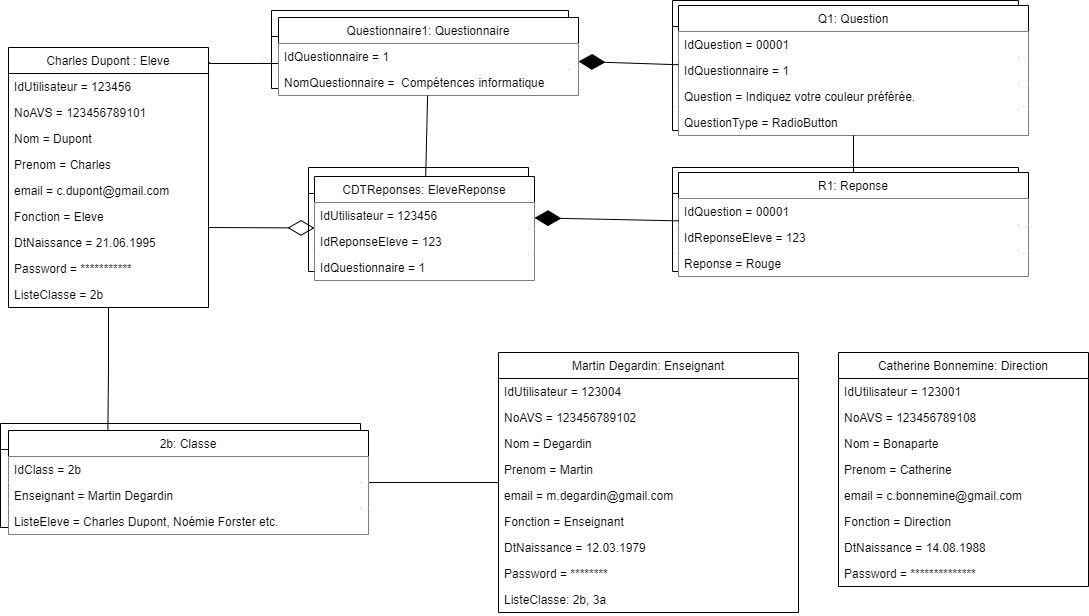
Earlier version of the draw.io export Diagrammes/ObjectDiagramEleve.drawio.png (Devetik/Diagrammes). Source tidied: cells renumbered, new cells last; positions are measured from the earlier drawing's top-left corner, leaving out a move shared by most shapes.
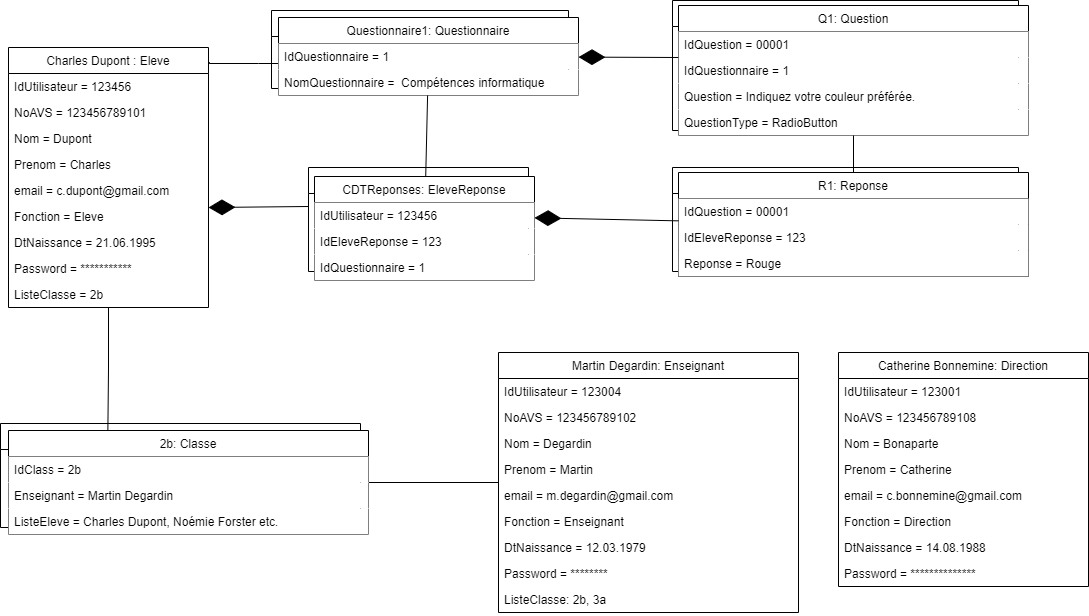
Above is the later version.

The edit, as a diff of the source:
```diff
@@ -196,18 +196,17 @@
     <mxCell id="64" value="IdUtilisateur = 123456" style="text;strokeColor=none;fillColor=default;align=left;verticalAlign=top;spacingLeft=4;spacingRight=4;overflow=hidden;" parent="63" vertex="1">
       <mxGeometry y="26" width="220" height="26" as="geometry" />
     </mxCell>
-    <mxCell id="65" value="IdReponseEleve = 123" style="text;strokeColor=none;fillColor=default;align=left;verticalAlign=top;spacingLeft=4;spacingRight=4;overflow=hidden;" parent="63" vertex="1">
+    <mxCell id="65" value="IdEleveReponse = 123" style="text;strokeColor=none;fillColor=default;align=left;verticalAlign=top;spacingLeft=4;spacingRight=4;overflow=hidden;" parent="63" vertex="1">
       <mxGeometry y="52" width="220" height="26" as="geometry" />
     </mxCell>
     <mxCell id="66" value="IdQuestionnaire = 1" style="text;strokeColor=none;fillColor=default;align=left;verticalAlign=top;spacingLeft=4;spacingRight=4;overflow=hidden;" parent="63" vertex="1">
       <mxGeometry y="78" width="220" height="26" as="geometry" />
     </mxCell>
-    <mxCell id="67" style="endArrow=diamondThin;endFill=1;endSize=24;html=1;rounded=0;" parent="1" edge="1" source="30" target="35">
-      <mxGeometry relative="1" as="geometry" />
+    <mxCell id="67" style="endArrow=diamondThin;endFill=1;endSize=24;html=1;rounded=0;" parent="1" edge="1" target="35">
+      <mxGeometry relative="1" as="geometry">
+        <mxPoint x="678" y="57" as="sourcePoint" />
+      </mxGeometry>
     </mxCell>
-    <mxCell id="68" style="endArrow=diamondThin;endFill=0;endSize=24;html=1;rounded=0;exitX=0.997;exitY=0.923;exitDx=0;exitDy=0;exitPerimeter=0;" parent="1" edge="1" source="26" target="63">
-      <mxGeometry relative="1" as="geometry" />
-    </mxCell>
     <mxCell id="69" style="swimlane;fontStyle=0;horizontal=1;startSize=26;fillColor=none;" parent="1" vertex="1">
       <mxGeometry x="672" y="167" width="346" height="104" as="geometry" />
     </mxCell>
@@ -229,7 +228,7 @@
     <mxCell id="75" value="IdQuestion = 00001" style="text;strokeColor=none;fillColor=default;align=left;verticalAlign=top;spacingLeft=4;spacingRight=4;overflow=hidden;" parent="74" vertex="1">
       <mxGeometry y="26" width="350" height="26" as="geometry" />
     </mxCell>
-    <mxCell id="76" value="IdReponseEleve = 123" style="text;strokeColor=none;fillColor=default;align=left;verticalAlign=top;spacingLeft=4;spacingRight=4;overflow=hidden;" parent="74" vertex="1">
+    <mxCell id="76" value="IdEleveReponse = 123" style="text;strokeColor=none;fillColor=default;align=left;verticalAlign=top;spacingLeft=4;spacingRight=4;overflow=hidden;" parent="74" vertex="1">
       <mxGeometry y="52" width="350" height="26" as="geometry" />
     </mxCell>
     <mxCell id="77" value="Reponse = Rouge" style="text;strokeColor=none;fillColor=default;align=left;verticalAlign=top;spacingLeft=4;spacingRight=4;overflow=hidden;" parent="74" vertex="1">
@@ -240,5 +239,8 @@
         <mxPoint x="534" y="217.4" as="targetPoint" />
       </mxGeometry>
     </mxCell>
+    <mxCell id="79" style="endArrow=diamondThin;endFill=1;endSize=24;html=1;rounded=0;exitX=0;exitY=0.5;exitDx=0;exitDy=0;entryX=1;entryY=0.154;entryDx=0;entryDy=0;entryPerimeter=0;" parent="1" edge="1" source="15" target="26">
+      <mxGeometry relative="1" as="geometry" />
+    </mxCell>
   </root>
 </mxGraphModel>
```
